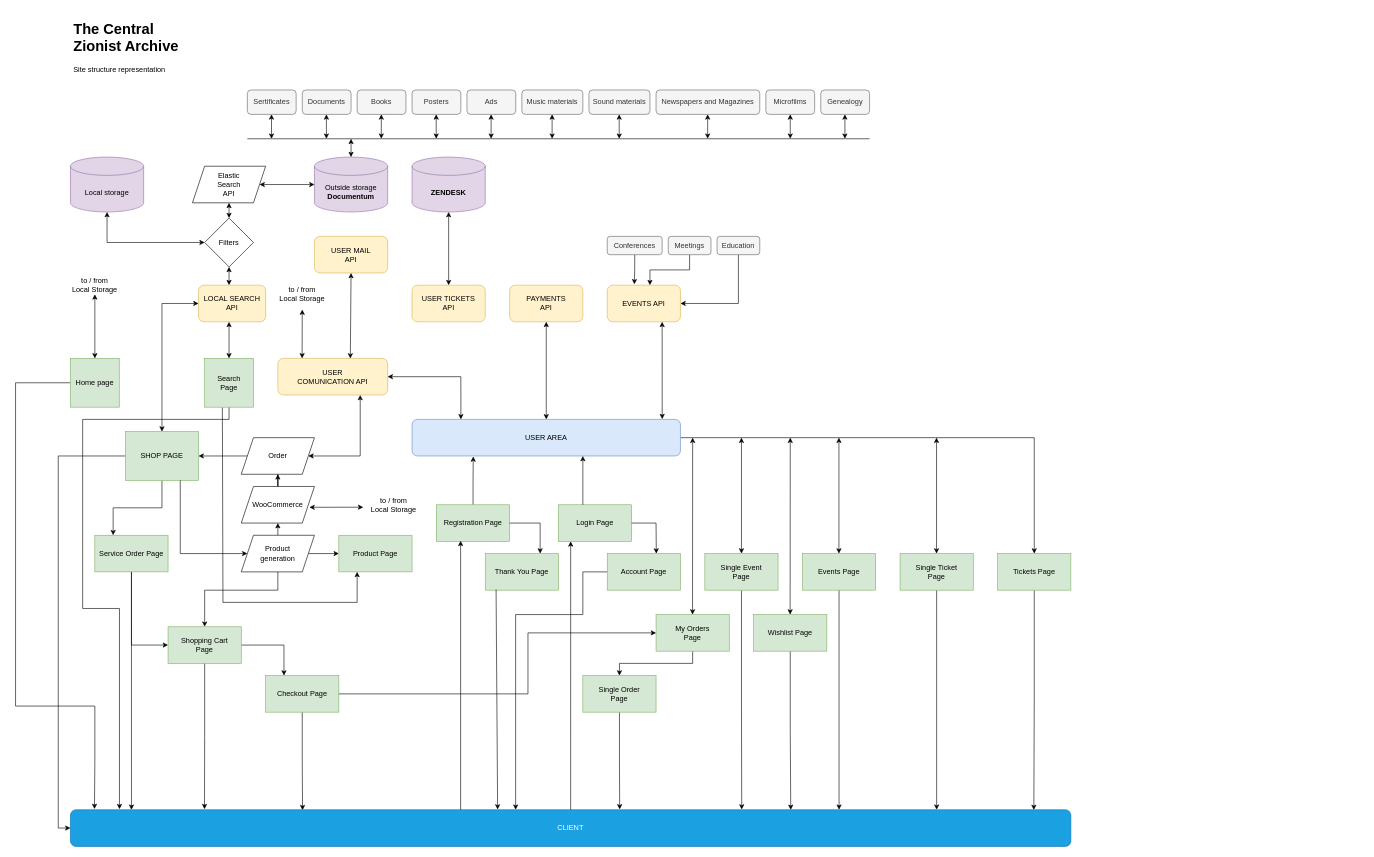
The draw.io diagram draw.io/the_central_zionist_archive.drawio in chaschin/the_central_zionist_archive, before the edit. Source tidied: cells renumbered, new cells numbered last; positions are measured from the earlier drawing's top-left corner, leaving out a move shared by most shapes. Both pictures are drawn from the tidied source at 61%, with x=0, y=0 at pixel (15, 16).
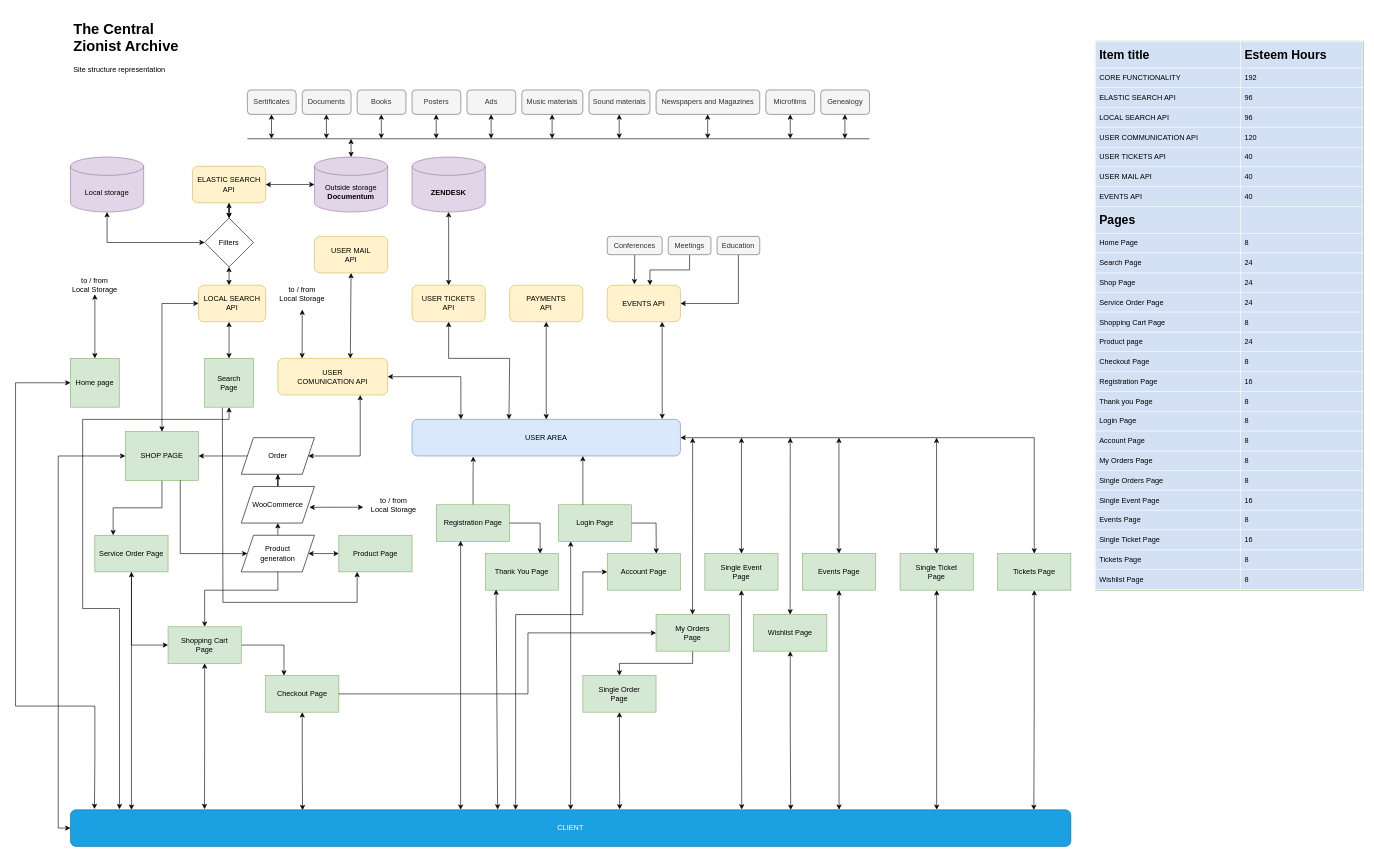
Above is the later version.

The change refers to these unchanged cells:
```xml
<mxCell id="3" value="Home page" style="whiteSpace=wrap;html=1;fillColor=#d5e8d4;strokeColor=#82b366;" parent="1" vertex="1">
  <mxGeometry x="90" y="560" width="80" height="80" as="geometry" />
</mxCell>
<mxCell id="5" value="&lt;div&gt;Search&lt;/div&gt;&lt;div&gt;Page&lt;br&gt;&lt;/div&gt;" style="whiteSpace=wrap;html=1;fillColor=#d5e8d4;strokeColor=#82b366;" parent="1" vertex="1">
  <mxGeometry x="310" y="560" width="80" height="80" as="geometry" />
</mxCell>
<mxCell id="7" value="Outside storage&lt;br&gt;&lt;strong&gt;Documentum&lt;/strong&gt;" style="shape=cylinder3;whiteSpace=wrap;html=1;boundedLbl=1;backgroundOutline=1;size=15;fillColor=#e1d5e7;strokeColor=#9673a6;" parent="1" vertex="1">
  <mxGeometry x="490" y="230" width="120" height="90" as="geometry" />
</mxCell>
<mxCell id="15" value="Filters" style="rhombus;whiteSpace=wrap;html=1;" parent="1" vertex="1">
  <mxGeometry x="310" y="330" width="80" height="80" as="geometry" />
</mxCell>
<mxCell id="41" value="USER AREA" style="rounded=1;whiteSpace=wrap;html=1;fillColor=#dae8fc;strokeColor=#6c8ebf;" parent="1" vertex="1">
  <mxGeometry x="650" y="660" width="440" height="60" as="geometry" />
</mxCell>
<mxCell id="42" value="USER TICKETS&lt;br&gt;API" style="rounded=1;whiteSpace=wrap;html=1;fillColor=#fff2cc;strokeColor=#d6b656;" parent="1" vertex="1">
  <mxGeometry x="650" y="440" width="120" height="60" as="geometry" />
</mxCell>
<mxCell id="54" value="SHOP PAGE" style="rounded=0;whiteSpace=wrap;html=1;fillColor=#d5e8d4;strokeColor=#82b366;" parent="1" vertex="1">
  <mxGeometry x="180" y="680" width="120" height="80" as="geometry" />
</mxCell>
<mxCell id="59" value="&lt;div&gt;Product&lt;/div&gt;&lt;div&gt;generation&lt;br&gt;&lt;/div&gt;" style="shape=parallelogram;perimeter=parallelogramPerimeter;whiteSpace=wrap;html=1;fixedSize=1;" parent="1" vertex="1">
  <mxGeometry x="370" y="850" width="120" height="60" as="geometry" />
</mxCell>
<mxCell id="77" value="Product Page" style="rounded=0;whiteSpace=wrap;html=1;fillColor=#d5e8d4;strokeColor=#82b366;" parent="1" vertex="1">
  <mxGeometry x="530" y="850" width="120" height="60" as="geometry" />
</mxCell>
<mxCell id="80" value="Registration Page" style="rounded=0;whiteSpace=wrap;html=1;fillColor=#d5e8d4;strokeColor=#82b366;" parent="1" vertex="1">
  <mxGeometry x="690" y="800" width="120" height="60" as="geometry" />
</mxCell>
<mxCell id="81" value="Thank You Page" style="rounded=0;whiteSpace=wrap;html=1;fillColor=#d5e8d4;strokeColor=#82b366;" parent="1" vertex="1">
  <mxGeometry x="770" y="880" width="120" height="60" as="geometry" />
</mxCell>
<mxCell id="84" value="Login Page" style="rounded=0;whiteSpace=wrap;html=1;fillColor=#d5e8d4;strokeColor=#82b366;" parent="1" vertex="1">
  <mxGeometry x="890" y="800" width="120" height="60" as="geometry" />
</mxCell>
<mxCell id="86" value="Account Page" style="rounded=0;whiteSpace=wrap;html=1;fillColor=#d5e8d4;strokeColor=#82b366;" parent="1" vertex="1">
  <mxGeometry x="970" y="880" width="120" height="60" as="geometry" />
</mxCell>
<mxCell id="90" value="Events Page" style="rounded=0;whiteSpace=wrap;html=1;fillColor=#d5e8d4;strokeColor=#82b366;" parent="1" vertex="1">
  <mxGeometry x="1290" y="880" width="120" height="60" as="geometry" />
</mxCell>
<mxCell id="92" value="&lt;div&gt;Single Event&lt;/div&gt;&lt;div&gt;Page&lt;/div&gt;" style="rounded=0;whiteSpace=wrap;html=1;fillColor=#d5e8d4;strokeColor=#82b366;" parent="1" vertex="1">
  <mxGeometry x="1130" y="880" width="120" height="60" as="geometry" />
</mxCell>
<mxCell id="94" value="Single Ticket&lt;br&gt;Page" style="rounded=0;whiteSpace=wrap;html=1;fillColor=#d5e8d4;strokeColor=#82b366;" parent="1" vertex="1">
  <mxGeometry x="1450" y="880" width="120" height="60" as="geometry" />
</mxCell>
<mxCell id="96" value="Tickets Page" style="rounded=0;whiteSpace=wrap;html=1;fillColor=#d5e8d4;strokeColor=#82b366;" parent="1" vertex="1">
  <mxGeometry x="1610" y="880" width="120" height="60" as="geometry" />
</mxCell>
<mxCell id="100" value="Wishlist Page" style="rounded=0;whiteSpace=wrap;html=1;fillColor=#d5e8d4;strokeColor=#82b366;" parent="1" vertex="1">
  <mxGeometry x="1210" y="980" width="120" height="60" as="geometry" />
</mxCell>
<mxCell id="103" value="Service Order Page" style="rounded=0;whiteSpace=wrap;html=1;fillColor=#d5e8d4;strokeColor=#82b366;" parent="1" vertex="1">
  <mxGeometry x="130" y="850" width="120" height="60" as="geometry" />
</mxCell>
<mxCell id="106" value="Shopping Cart&lt;br&gt;Page" style="rounded=0;whiteSpace=wrap;html=1;fillColor=#d5e8d4;strokeColor=#82b366;" parent="1" vertex="1">
  <mxGeometry x="250" y="1000" width="120" height="60" as="geometry" />
</mxCell>
<mxCell id="108" value="Checkout Page" style="rounded=0;whiteSpace=wrap;html=1;fillColor=#d5e8d4;strokeColor=#82b366;" parent="1" vertex="1">
  <mxGeometry x="410" y="1080" width="120" height="60" as="geometry" />
</mxCell>
<mxCell id="111" value="&lt;div&gt;Single Order&lt;/div&gt;&lt;div&gt;Page&lt;br&gt;&lt;/div&gt;" style="rounded=0;whiteSpace=wrap;html=1;fillColor=#d5e8d4;strokeColor=#82b366;" parent="1" vertex="1">
  <mxGeometry x="930" y="1080" width="120" height="60" as="geometry" />
</mxCell>
<mxCell id="112" value="&lt;div&gt;CLIENT&lt;/div&gt;" style="rounded=1;whiteSpace=wrap;html=1;fillColor=#1ba1e2;strokeColor=#006EAF;fontColor=#ffffff;" parent="1" vertex="1">
  <mxGeometry x="90" y="1300" width="1640" height="60" as="geometry" />
</mxCell>
```

The edit, as a diff of the source:
```diff
@@
-    <mxCell id="2" style="edgeStyle=orthogonalEdgeStyle;rounded=0;jettySize=auto;html=1;entryX=0.024;entryY=-0.02;entryDx=0;entryDy=0;entryPerimeter=0;" parent="1" edge="1" source="3" target="112">
+    <mxCell id="2" style="edgeStyle=orthogonalEdgeStyle;rounded=0;jettySize=auto;html=1;entryX=0.024;entryY=-0.02;entryDx=0;entryDy=0;entryPerimeter=0;startArrow=classic;" parent="1" edge="1" source="3" target="112">
       <mxGeometry relative="1" as="geometry">
         <Array as="points">
           <mxPoint y="600" />
           <mxPoint y="1130" />
           <mxPoint x="130" y="1130" />
           <mxPoint x="130" y="1220" />
         </Array>
       </mxGeometry>
     </mxCell>
@@
-    <mxCell id="4" style="edgeStyle=orthogonalEdgeStyle;rounded=0;jettySize=auto;html=1;entryX=0.049;entryY=-0.015;entryDx=0;entryDy=0;entryPerimeter=0;" parent="1" edge="1" source="5" target="112">
+    <mxCell id="4" style="edgeStyle=orthogonalEdgeStyle;rounded=0;jettySize=auto;html=1;entryX=0.049;entryY=-0.015;entryDx=0;entryDy=0;entryPerimeter=0;startArrow=classic;" parent="1" edge="1" source="5" target="112">
       <mxGeometry relative="1" as="geometry">
         <Array as="points">
           <mxPoint x="350" y="660" />
           <mxPoint x="110" y="660" />
           <mxPoint x="110" y="970" />
           <mxPoint x="170" y="970" />
         </Array>
       </mxGeometry>
     </mxCell>
@@
-    <mxCell id="9" value="&lt;div&gt;Elastic&lt;/div&gt;&lt;div&gt;Search&lt;/div&gt;&lt;div&gt;API&lt;br&gt;&lt;/div&gt;" style="shape=parallelogram;perimeter=parallelogramPerimeter;whiteSpace=wrap;html=1;fixedSize=1;" parent="1" vertex="1">
-      <mxGeometry x="290" y="245" width="120" height="60" as="geometry" />
-    </mxCell>
@@
-    <mxCell id="13" style="endArrow=classic;startArrow=classic;html=1;rounded=0;exitX=1;exitY=0.5;exitDx=0;exitDy=0;entryX=0;entryY=0.5;entryDx=0;entryDy=0;entryPerimeter=0;" parent="1" edge="1" source="9" target="7">
+    <mxCell id="13" style="endArrow=classic;startArrow=classic;html=1;rounded=0;exitX=1;exitY=0.5;exitDx=0;exitDy=0;entryX=0;entryY=0.5;entryDx=0;entryDy=0;entryPerimeter=0;" parent="1" edge="1" source="124" target="7">
       <mxGeometry relative="1" as="geometry" />
     </mxCell>
@@
-    <mxCell id="16" style="endArrow=classic;startArrow=classic;html=1;rounded=0;entryX=0.5;entryY=1;entryDx=0;entryDy=0;" parent="1" edge="1" target="9">
+    <mxCell id="16" style="endArrow=classic;startArrow=classic;html=1;rounded=0;entryX=0.5;entryY=1;entryDx=0;entryDy=0;" parent="1" edge="1">
       <mxGeometry relative="1" as="geometry">
         <mxPoint x="350" y="330" as="sourcePoint" />
+        <mxPoint x="350" y="305" as="targetPoint" />
       </mxGeometry>
     </mxCell>
@@
-    <mxCell id="40" style="edgeStyle=orthogonalEdgeStyle;rounded=0;jettySize=auto;html=1;entryX=0.5;entryY=0;entryDx=0;entryDy=0;" parent="1" edge="1" source="41" target="96">
+    <mxCell id="40" style="edgeStyle=orthogonalEdgeStyle;rounded=0;jettySize=auto;html=1;entryX=0.5;entryY=0;entryDx=0;entryDy=0;startArrow=classic;" parent="1" edge="1" source="41" target="96">
       <mxGeometry relative="1" as="geometry" />
     </mxCell>
@@
-    <mxCell id="53" style="edgeStyle=orthogonalEdgeStyle;rounded=0;jettySize=auto;html=1;entryX=0;entryY=0.5;entryDx=0;entryDy=0;" parent="1" edge="1" source="54" target="112">
+    <mxCell id="53" style="edgeStyle=orthogonalEdgeStyle;rounded=0;jettySize=auto;html=1;entryX=0;entryY=0.5;entryDx=0;entryDy=0;startArrow=classic;" parent="1" edge="1" source="54" target="112">
       <mxGeometry relative="1" as="geometry">
         <Array as="points">
           <mxPoint x="70" y="720" />
           <mxPoint x="70" y="1330" />
         </Array>
       </mxGeometry>
     </mxCell>
@@
-    <mxCell id="57" style="edgeStyle=orthogonalEdgeStyle;rounded=0;jettySize=auto;html=1;entryX=0;entryY=0.5;entryDx=0;entryDy=0;" parent="1" edge="1" source="59" target="77">
+    <mxCell id="57" style="edgeStyle=orthogonalEdgeStyle;rounded=0;jettySize=auto;html=1;entryX=0;entryY=0.5;entryDx=0;entryDy=0;startArrow=classic;" parent="1" edge="1" source="59" target="77">
       <mxGeometry relative="1" as="geometry" />
     </mxCell>
@@
-    <mxCell id="85" style="edgeStyle=orthogonalEdgeStyle;rounded=0;jettySize=auto;html=1;entryX=0.445;entryY=0;entryDx=0;entryDy=0;entryPerimeter=0;" parent="1" edge="1" source="86" target="112">
+    <mxCell id="85" style="edgeStyle=orthogonalEdgeStyle;rounded=0;jettySize=auto;html=1;entryX=0.445;entryY=0;entryDx=0;entryDy=0;entryPerimeter=0;startArrow=classic;" parent="1" edge="1" source="86" target="112">
       <mxGeometry relative="1" as="geometry">
         <Array as="points">
           <mxPoint x="930" y="910" />
           <mxPoint x="930" y="980" />
           <mxPoint x="820" y="980" />
         </Array>
       </mxGeometry>
     </mxCell>
@@
-    <mxCell id="89" style="edgeStyle=orthogonalEdgeStyle;rounded=0;jettySize=auto;html=1;" parent="1" edge="1" source="90">
+    <mxCell id="89" style="edgeStyle=orthogonalEdgeStyle;rounded=0;jettySize=auto;html=1;startArrow=classic;" parent="1" edge="1" source="90">
       <mxGeometry relative="1" as="geometry">
         <mxPoint x="1350" y="1300" as="targetPoint" />
       </mxGeometry>
     </mxCell>
@@
-    <mxCell id="91" style="edgeStyle=orthogonalEdgeStyle;rounded=0;jettySize=auto;html=1;entryX=0.671;entryY=-0.006;entryDx=0;entryDy=0;entryPerimeter=0;" parent="1" edge="1" source="92" target="112">
+    <mxCell id="91" style="edgeStyle=orthogonalEdgeStyle;rounded=0;jettySize=auto;html=1;entryX=0.671;entryY=-0.006;entryDx=0;entryDy=0;entryPerimeter=0;startArrow=classic;" parent="1" edge="1" source="92" target="112">
       <mxGeometry relative="1" as="geometry" />
     </mxCell>
@@
-    <mxCell id="93" style="edgeStyle=orthogonalEdgeStyle;rounded=0;jettySize=auto;html=1;" parent="1" edge="1" source="94">
+    <mxCell id="93" style="edgeStyle=orthogonalEdgeStyle;rounded=0;jettySize=auto;html=1;startArrow=classic;" parent="1" edge="1" source="94">
       <mxGeometry relative="1" as="geometry">
         <mxPoint x="1510" y="1300" as="targetPoint" />
       </mxGeometry>
     </mxCell>
@@
-    <mxCell id="95" style="edgeStyle=orthogonalEdgeStyle;rounded=0;jettySize=auto;html=1;entryX=0.963;entryY=0.007;entryDx=0;entryDy=0;entryPerimeter=0;" parent="1" edge="1" source="96" target="112">
+    <mxCell id="95" style="edgeStyle=orthogonalEdgeStyle;rounded=0;jettySize=auto;html=1;entryX=0.963;entryY=0.007;entryDx=0;entryDy=0;entryPerimeter=0;startArrow=classic;" parent="1" edge="1" source="96" target="112">
       <mxGeometry relative="1" as="geometry" />
     </mxCell>
@@
-    <mxCell id="99" style="edgeStyle=orthogonalEdgeStyle;rounded=0;jettySize=auto;html=1;entryX=0.72;entryY=0.004;entryDx=0;entryDy=0;entryPerimeter=0;" parent="1" edge="1" source="100" target="112">
+    <mxCell id="99" style="edgeStyle=orthogonalEdgeStyle;rounded=0;jettySize=auto;html=1;entryX=0.72;entryY=0.004;entryDx=0;entryDy=0;entryPerimeter=0;startArrow=classic;" parent="1" edge="1" source="100" target="112">
       <mxGeometry relative="1" as="geometry" />
     </mxCell>
@@
-    <mxCell id="102" style="edgeStyle=orthogonalEdgeStyle;rounded=0;jettySize=auto;html=1;exitX=0.5;exitY=1;exitDx=0;exitDy=0;entryX=0.061;entryY=0.001;entryDx=0;entryDy=0;entryPerimeter=0;" parent="1" edge="1" source="103" target="112">
+    <mxCell id="102" style="edgeStyle=orthogonalEdgeStyle;rounded=0;jettySize=auto;html=1;exitX=0.5;exitY=1;exitDx=0;exitDy=0;entryX=0.061;entryY=0.001;entryDx=0;entryDy=0;entryPerimeter=0;startArrow=classic;" parent="1" edge="1" source="103" target="112">
       <mxGeometry relative="1" as="geometry" />
     </mxCell>
@@
-    <mxCell id="105" style="edgeStyle=orthogonalEdgeStyle;rounded=0;jettySize=auto;html=1;entryX=0.134;entryY=-0.016;entryDx=0;entryDy=0;entryPerimeter=0;" parent="1" edge="1" source="106" target="112">
+    <mxCell id="105" style="edgeStyle=orthogonalEdgeStyle;rounded=0;jettySize=auto;html=1;entryX=0.134;entryY=-0.016;entryDx=0;entryDy=0;entryPerimeter=0;startArrow=classic;" parent="1" edge="1" source="106" target="112">
       <mxGeometry relative="1" as="geometry" />
     </mxCell>
@@
-    <mxCell id="107" style="edgeStyle=orthogonalEdgeStyle;rounded=0;jettySize=auto;html=1;entryX=0.232;entryY=0.013;entryDx=0;entryDy=0;entryPerimeter=0;" parent="1" edge="1" source="108" target="112">
+    <mxCell id="107" style="edgeStyle=orthogonalEdgeStyle;rounded=0;jettySize=auto;html=1;entryX=0.232;entryY=0.013;entryDx=0;entryDy=0;entryPerimeter=0;strokeColor=default;startArrow=classic;" parent="1" edge="1" source="108" target="112">
       <mxGeometry relative="1" as="geometry" />
     </mxCell>
@@
-    <mxCell id="110" style="edgeStyle=orthogonalEdgeStyle;rounded=0;jettySize=auto;html=1;entryX=0.549;entryY=-0.01;entryDx=0;entryDy=0;entryPerimeter=0;" parent="1" edge="1" source="111" target="112">
+    <mxCell id="110" style="edgeStyle=orthogonalEdgeStyle;rounded=0;jettySize=auto;html=1;entryX=0.549;entryY=-0.01;entryDx=0;entryDy=0;entryPerimeter=0;startArrow=classic;" parent="1" edge="1" source="111" target="112">
       <mxGeometry relative="1" as="geometry" />
     </mxCell>
@@
-    <mxCell id="113" style="endArrow=classic;html=1;rounded=0;entryX=0.167;entryY=1;entryDx=0;entryDy=0;entryPerimeter=0;exitX=0.5;exitY=0;exitDx=0;exitDy=0;" parent="1" edge="1" source="112" target="84">
+    <mxCell id="113" style="endArrow=classic;html=1;rounded=0;entryX=0.167;entryY=1;entryDx=0;entryDy=0;entryPerimeter=0;exitX=0.5;exitY=0;exitDx=0;exitDy=0;startArrow=classic;" parent="1" edge="1" source="112" target="84">
       <mxGeometry relative="1" as="geometry" />
     </mxCell>
-    <mxCell id="114" style="endArrow=classic;html=1;rounded=0;entryX=0.427;entryY=-0.006;entryDx=0;entryDy=0;entryPerimeter=0;exitX=0.148;exitY=0.984;exitDx=0;exitDy=0;exitPerimeter=0;" parent="1" edge="1" source="81" target="112">
+    <mxCell id="114" style="endArrow=classic;html=1;rounded=0;entryX=0.427;entryY=-0.006;entryDx=0;entryDy=0;entryPerimeter=0;exitX=0.148;exitY=0.984;exitDx=0;exitDy=0;exitPerimeter=0;startArrow=classic;" parent="1" edge="1" source="81" target="112">
       <mxGeometry relative="1" as="geometry" />
     </mxCell>
-    <mxCell id="115" style="endArrow=classic;html=1;rounded=0;exitX=0.39;exitY=0;exitDx=0;exitDy=0;exitPerimeter=0;entryX=0.33;entryY=0.985;entryDx=0;entryDy=0;entryPerimeter=0;" parent="1" edge="1" source="112" target="80">
+    <mxCell id="115" style="endArrow=classic;html=1;rounded=0;exitX=0.39;exitY=0;exitDx=0;exitDy=0;exitPerimeter=0;entryX=0.33;entryY=0.985;entryDx=0;entryDy=0;entryPerimeter=0;startArrow=classic;" parent="1" edge="1" source="112" target="80">
       <mxGeometry relative="1" as="geometry" />
     </mxCell>
@@
+    <mxCell id="121" style="endArrow=classic;startArrow=classic;html=1;rounded=0;entryX=0.5;entryY=1;entryDx=0;entryDy=0;exitX=0.5;exitY=0;exitDx=0;exitDy=0;" parent="1" edge="1" target="42">
+      <mxGeometry relative="1" as="geometry">
+        <mxPoint x="808.9" y="660" as="sourcePoint" />
+        <Array as="points">
+          <mxPoint x="810" y="560" />
+          <mxPoint x="710" y="560" />
+        </Array>
+      </mxGeometry>
+    </mxCell>
+    <mxCell id="122" value="&lt;table style=&quot;width: 100%; height: 100%; border-collapse: collapse; background-color: rgb(212, 225, 245); border: 1px solid rgb(255, 255, 255);&quot; width=&quot;100%&quot; height=&quot;100%&quot; cellpadding=&quot;6&quot; border=&quot;1&quot;&gt;&lt;tbody&gt;&lt;tr style=&quot;color: rgb(255, 255, 255); font-size: 20px;&quot;&gt;&lt;th align=&quot;left&quot;&gt;&lt;font style=&quot;font-size: 20px;&quot; color=&quot;#000000&quot;&gt;Item title&lt;/font&gt;&lt;br&gt;&lt;/th&gt;&lt;th align=&quot;left&quot;&gt;&lt;font color=&quot;#000000&quot;&gt;Esteem Hours&lt;/font&gt;&lt;/th&gt;&lt;/tr&gt;&lt;tr&gt;&lt;td&gt;CORE FUNCTIONALITY&lt;br&gt;&lt;/td&gt;&lt;td&gt;192&lt;br&gt;&lt;/td&gt;&lt;/tr&gt;&lt;tr&gt;&lt;td&gt;ELASTIC SEARCH API&lt;br&gt;&lt;/td&gt;&lt;td&gt;96&lt;br&gt;&lt;/td&gt;&lt;/tr&gt;&lt;tr style=&quot;&quot;&gt;&lt;td&gt;&lt;div&gt;LOCAL SEARCH API&lt;/div&gt;&lt;/td&gt;&lt;td&gt;96&lt;br&gt;&lt;/td&gt;&lt;/tr&gt;&lt;tr style=&quot;&quot;&gt;&lt;td&gt;USER COMMUNICATION API&lt;/td&gt;&lt;td&gt;120&lt;/td&gt;&lt;/tr&gt;&lt;tr style=&quot;&quot;&gt;&lt;td&gt;USER TICKETS API&lt;/td&gt;&lt;td&gt;40&lt;/td&gt;&lt;/tr&gt;&lt;tr style=&quot;&quot;&gt;&lt;td style=&quot;&quot;&gt;USER MAIL API&lt;/td&gt;&lt;td&gt;40&lt;/td&gt;&lt;/tr&gt;&lt;tr&gt;&lt;td&gt;EVENTS API&lt;/td&gt;&lt;td&gt;40&lt;br&gt;&lt;/td&gt;&lt;/tr&gt;&lt;tr style=&quot;font-size: 20px;&quot;&gt;&lt;td&gt;&lt;span style=&quot;&quot;&gt;&lt;b&gt;Pages&lt;/b&gt;&lt;br&gt;&lt;/span&gt;&lt;/td&gt;&lt;td&gt;&lt;span style=&quot;&quot;&gt;&lt;br&gt;&lt;/span&gt;&lt;/td&gt;&lt;/tr&gt;&lt;tr&gt;&lt;td&gt;Home Page&lt;br&gt;&lt;/td&gt;&lt;td&gt;8&lt;br&gt;&lt;/td&gt;&lt;/tr&gt;&lt;tr&gt;&lt;td&gt;Search Page&lt;br&gt;&lt;/td&gt;&lt;td&gt;24&lt;br&gt;&lt;/td&gt;&lt;/tr&gt;&lt;tr&gt;&lt;td&gt;Shop Page&lt;br&gt;&lt;/td&gt;&lt;td&gt;24&lt;br&gt;&lt;/td&gt;&lt;/tr&gt;&lt;tr&gt;&lt;td&gt;Service Order Page&lt;br&gt;&lt;/td&gt;&lt;td&gt;24&lt;br&gt;&lt;/td&gt;&lt;/tr&gt;&lt;tr&gt;&lt;td&gt;Shopping Cart Page&lt;br&gt;&lt;/td&gt;&lt;td&gt;8&lt;br&gt;&lt;/td&gt;&lt;/tr&gt;&lt;tr&gt;&lt;td&gt;Product page&lt;br&gt;&lt;/td&gt;&lt;td&gt;24&lt;br&gt;&lt;/td&gt;&lt;/tr&gt;&lt;tr&gt;&lt;td&gt;Checkout Page&lt;br&gt;&lt;/td&gt;&lt;td&gt;8&lt;br&gt;&lt;/td&gt;&lt;/tr&gt;&lt;tr&gt;&lt;td&gt;Registration Page&lt;br&gt;&lt;/td&gt;&lt;td&gt;16&lt;br&gt;&lt;/td&gt;&lt;/tr&gt;&lt;tr&gt;&lt;td&gt;Thank you Page&lt;br&gt;&lt;/td&gt;&lt;td&gt;8&lt;br&gt;&lt;/td&gt;&lt;/tr&gt;&lt;tr&gt;&lt;td&gt;Login Page&lt;br&gt;&lt;/td&gt;&lt;td&gt;8&lt;br&gt;&lt;/td&gt;&lt;/tr&gt;&lt;tr&gt;&lt;td&gt;Account Page&lt;br&gt;&lt;/td&gt;&lt;td&gt;8&lt;br&gt;&lt;/td&gt;&lt;/tr&gt;&lt;tr&gt;&lt;td&gt;My Orders Page&lt;br&gt;&lt;/td&gt;&lt;td&gt;8&lt;br&gt;&lt;/td&gt;&lt;/tr&gt;&lt;tr&gt;&lt;td&gt;Single Orders Page&lt;br&gt;&lt;/td&gt;&lt;td&gt;8&lt;br&gt;&lt;/td&gt;&lt;/tr&gt;&lt;tr&gt;&lt;td&gt;Single Event Page&lt;br&gt;&lt;/td&gt;&lt;td&gt;16&lt;br&gt;&lt;/td&gt;&lt;/tr&gt;&lt;tr&gt;&lt;td&gt;Events Page&lt;br&gt;&lt;/td&gt;&lt;td&gt;8&lt;br&gt;&lt;/td&gt;&lt;/tr&gt;&lt;tr&gt;&lt;td&gt;Single Ticket Page&lt;br&gt;&lt;/td&gt;&lt;td&gt;16&lt;br&gt;&lt;/td&gt;&lt;/tr&gt;&lt;tr&gt;&lt;td&gt;Tickets Page&lt;br&gt;&lt;/td&gt;&lt;td&gt;8&lt;br&gt;&lt;/td&gt;&lt;/tr&gt;&lt;tr&gt;&lt;td&gt;Wishlist Page&lt;br&gt;&lt;/td&gt;&lt;td&gt;8&lt;br&gt;&lt;/td&gt;&lt;/tr&gt;&lt;/tbody&gt;&lt;/table&gt;" style="text;html=1;strokeColor=#82b366;fillColor=#FFFFFF;overflow=fill;rounded=0;" parent="1" vertex="1">
+      <mxGeometry x="1770" y="40" width="440" height="900" as="geometry" />
+    </mxCell>
+    <mxCell id="123" style="edgeStyle=orthogonalEdgeStyle;rounded=1;jettySize=auto;html=1;fontSize=20;fontColor=#000000;strokeColor=default;exitX=0.5;exitY=1;exitDx=0;exitDy=0;" parent="1" edge="1" source="124" target="15">
+      <mxGeometry relative="1" as="geometry" />
+    </mxCell>
+    <mxCell id="124" value="ELASTIC SEARCH&lt;br&gt;API" style="rounded=1;whiteSpace=wrap;html=1;fillColor=#fff2cc;strokeColor=#d6b656;" parent="1" vertex="1">
+      <mxGeometry x="290" y="245" width="120" height="60" as="geometry" />
+    </mxCell>
```
